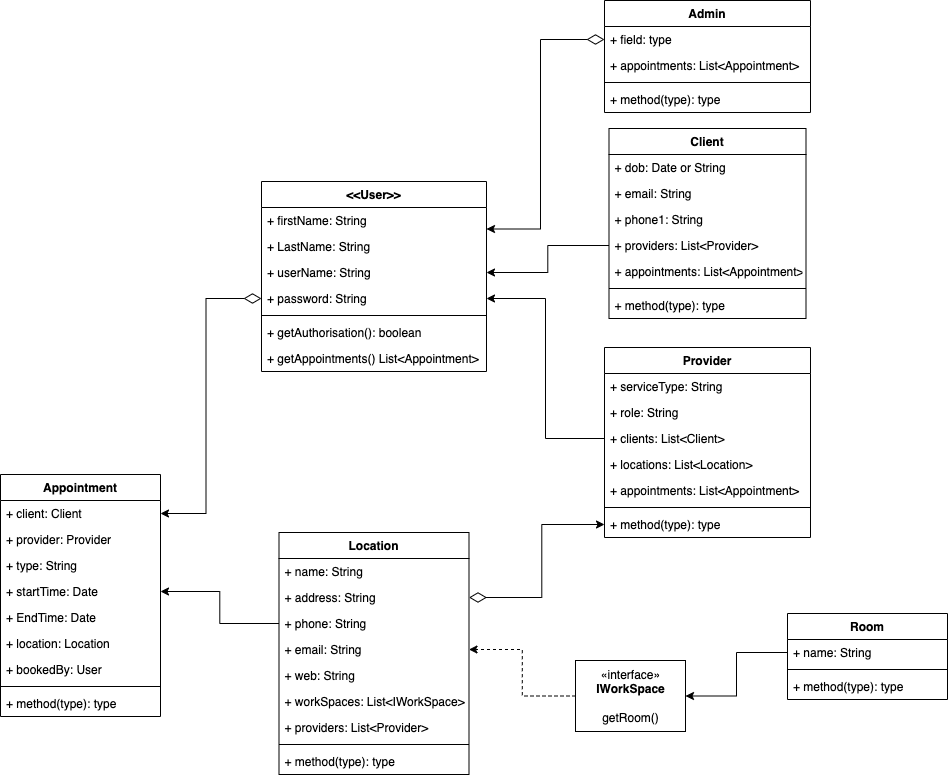
Earlier version of the draw.io export planning/2_diagrams/Appointment Management - Class Diagram.png (ccx1010sky/providers_clients). Source tidied: cells renumbered, new cells last; positions are measured from the earlier drawing's top-left corner, leaving out a move shared by most shapes.
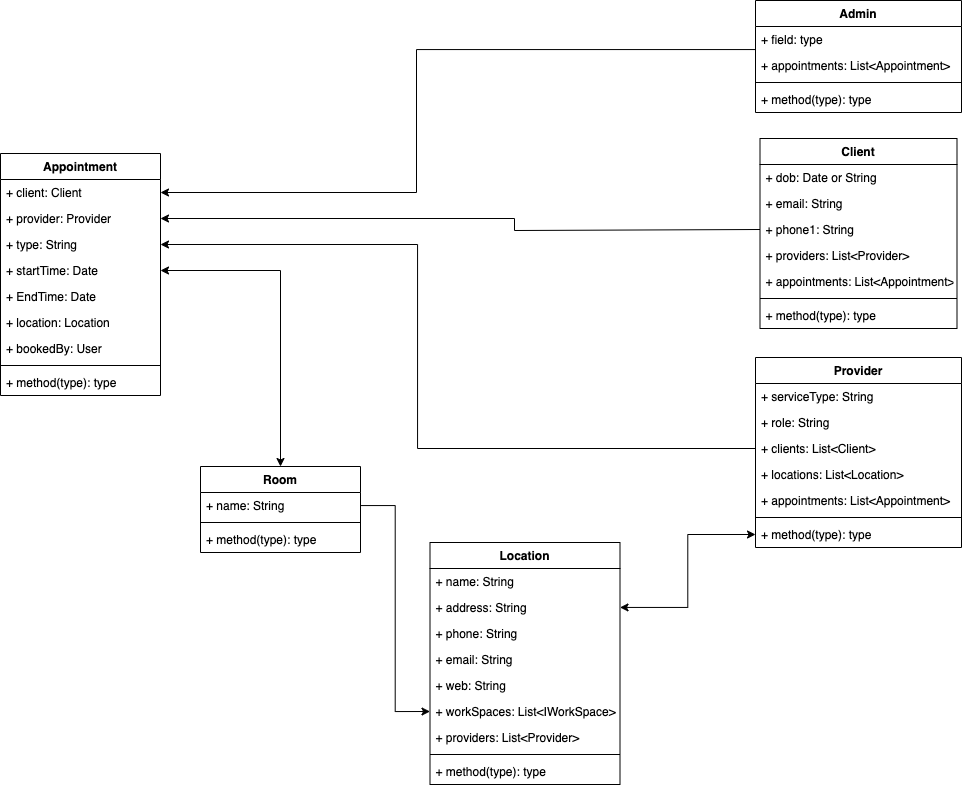
After the commit.

What changed in the source:
```diff
@@ -27,7 +27,7 @@
       <mxGeometry y="164" width="197" height="26" as="geometry" />
     </mxCell>
     <mxCell id="10" value="Appointment" style="swimlane;fontStyle=1;align=center;verticalAlign=top;horizontal=1;startSize=26;" parent="1" vertex="1">
-      <mxGeometry y="474" width="160" height="242" as="geometry" />
+      <mxGeometry x="-151" y="143" width="160" height="242" as="geometry" />
     </mxCell>
     <mxCell id="11" value="+ client: Client" style="text;strokeColor=none;fillColor=none;align=left;verticalAlign=top;spacingLeft=4;spacingRight=4;overflow=hidden;points=[[0,0.5],[1,0.5]];portConstraint=eastwest;" parent="10" vertex="1">
       <mxGeometry y="26" width="160" height="26" as="geometry" />
@@ -110,14 +110,11 @@
     <mxCell id="37" value="+ method(type): type" style="text;strokeColor=none;fillColor=none;align=left;verticalAlign=top;spacingLeft=4;spacingRight=4;overflow=hidden;" parent="28" vertex="1">
       <mxGeometry y="216" width="190" height="26" as="geometry" />
     </mxCell>
-    <mxCell id="38" style="edgeStyle=orthogonalEdgeStyle;rounded=0;jettySize=auto;html=1;entryX=1;entryY=0.5;entryDx=0;entryDy=0;dashed=1;" parent="1" edge="1" source="39" target="32">
-      <mxGeometry relative="1" as="geometry" />
-    </mxCell>
-    <mxCell id="39" value="«interface»&lt;br&gt;&lt;b&gt;IWorkSpace&lt;/b&gt;&lt;br&gt;&lt;br&gt;getRoom()" style="html=1;" parent="1" vertex="1">
-      <mxGeometry x="575" y="660" width="110" height="71" as="geometry" />
-    </mxCell>
+    <mxCell id="64" style="edgeStyle=orthogonalEdgeStyle;rounded=0;jettySize=auto;html=1;exitX=0.5;exitY=0;exitDx=0;exitDy=0;entryX=1;entryY=0.5;entryDx=0;entryDy=0;startArrow=classic;startFill=1;startSize=6;" parent="1" edge="1" source="40" target="14">
+      <mxGeometry relative="1" as="geometry" />
+    </mxCell>
     <mxCell id="40" value="Room" style="swimlane;fontStyle=1;align=center;verticalAlign=top;horizontal=1;startSize=26;" parent="1" vertex="1">
-      <mxGeometry x="787" y="613" width="160" height="86" as="geometry" />
+      <mxGeometry x="49" y="456" width="160" height="86" as="geometry" />
     </mxCell>
     <mxCell id="41" value="+ name: String" style="text;strokeColor=none;fillColor=none;align=left;verticalAlign=top;spacingLeft=4;spacingRight=4;overflow=hidden;points=[[0,0.5],[1,0.5]];portConstraint=eastwest;" parent="40" vertex="1">
       <mxGeometry y="26" width="160" height="26" as="geometry" />
@@ -128,35 +125,8 @@
     <mxCell id="43" value="+ method(type): type" style="text;strokeColor=none;fillColor=none;align=left;verticalAlign=top;spacingLeft=4;spacingRight=4;overflow=hidden;" parent="40" vertex="1">
       <mxGeometry y="60" width="160" height="26" as="geometry" />
     </mxCell>
-    <mxCell id="44" value="&lt;&lt;User&gt;&gt;" style="swimlane;fontStyle=1;align=center;verticalAlign=top;horizontal=1;startSize=26;" parent="1" vertex="1">
-      <mxGeometry x="261" y="181" width="225" height="190" as="geometry" />
-    </mxCell>
-    <mxCell id="45" value="+ firstName: String" style="text;strokeColor=none;fillColor=none;align=left;verticalAlign=top;spacingLeft=4;spacingRight=4;overflow=hidden;" parent="44" vertex="1">
-      <mxGeometry y="26" width="225" height="26" as="geometry" />
-    </mxCell>
-    <mxCell id="46" value="+ LastName: String" style="text;strokeColor=none;fillColor=none;align=left;verticalAlign=top;spacingLeft=4;spacingRight=4;overflow=hidden;" parent="44" vertex="1">
-      <mxGeometry y="52" width="225" height="26" as="geometry" />
-    </mxCell>
-    <mxCell id="47" value="+ userName: String" style="text;strokeColor=none;fillColor=none;align=left;verticalAlign=top;spacingLeft=4;spacingRight=4;overflow=hidden;points=[[0,0.5],[1,0.5]];portConstraint=eastwest;" parent="44" vertex="1">
-      <mxGeometry y="78" width="225" height="26" as="geometry" />
-    </mxCell>
-    <mxCell id="48" value="+ password: String" style="text;strokeColor=none;fillColor=none;align=left;verticalAlign=top;spacingLeft=4;spacingRight=4;overflow=hidden;points=[[0,0.5],[1,0.5]];portConstraint=eastwest;" parent="44" vertex="1">
-      <mxGeometry y="104" width="225" height="26" as="geometry" />
-    </mxCell>
-    <mxCell id="49" style="line;strokeWidth=1;fillColor=none;align=left;verticalAlign=middle;spacingTop=-1;spacingLeft=3;spacingRight=3;labelPosition=right;" parent="44" vertex="1">
-      <mxGeometry y="130" width="225" height="8" as="geometry" />
-    </mxCell>
-    <mxCell id="50" value="+ getAuthorisation(): boolean" style="text;strokeColor=none;fillColor=none;align=left;verticalAlign=top;spacingLeft=4;spacingRight=4;overflow=hidden;" parent="44" vertex="1">
-      <mxGeometry y="138" width="225" height="26" as="geometry" />
-    </mxCell>
-    <mxCell id="51" value="+ getAppointments() List&lt;Appointment&gt;" style="text;strokeColor=none;fillColor=none;align=left;verticalAlign=top;spacingLeft=4;spacingRight=4;overflow=hidden;" parent="44" vertex="1">
-      <mxGeometry y="164" width="225" height="26" as="geometry" />
-    </mxCell>
-    <mxCell id="52" style="edgeStyle=orthogonalEdgeStyle;rounded=0;jettySize=auto;html=1;entryX=1;entryY=0.5;entryDx=0;entryDy=0;startArrow=diamondThin;startFill=0;endSize=6;startSize=15;targetPerimeterSpacing=0;strokeWidth=1;" parent="1" edge="1" source="48" target="11">
-      <mxGeometry relative="1" as="geometry" />
-    </mxCell>
     <mxCell id="53" value="Admin" style="swimlane;fontStyle=1;align=center;verticalAlign=top;horizontal=1;startSize=26;" parent="1" vertex="1">
-      <mxGeometry x="604" width="206" height="112" as="geometry" />
+      <mxGeometry x="604" y="-10" width="206" height="112" as="geometry" />
     </mxCell>
     <mxCell id="54" value="+ field: type" style="text;strokeColor=none;fillColor=none;align=left;verticalAlign=top;spacingLeft=4;spacingRight=4;overflow=hidden;points=[[0,0.5],[1,0.5]];portConstraint=eastwest;" parent="53" vertex="1">
       <mxGeometry y="26" width="206" height="26" as="geometry" />
@@ -170,23 +140,35 @@
     <mxCell id="57" value="+ method(type): type" style="text;strokeColor=none;fillColor=none;align=left;verticalAlign=top;spacingLeft=4;spacingRight=4;overflow=hidden;" parent="53" vertex="1">
       <mxGeometry y="86" width="206" height="26" as="geometry" />
     </mxCell>
-    <mxCell id="58" style="edgeStyle=orthogonalEdgeStyle;rounded=0;jettySize=auto;html=1;entryX=1;entryY=0.25;entryDx=0;entryDy=0;startArrow=diamondThin;startFill=0;startSize=15;endSize=6;targetPerimeterSpacing=0;strokeWidth=1;" parent="1" edge="1" source="54" target="44">
-      <mxGeometry relative="1" as="geometry" />
+    <mxCell id="58" style="edgeStyle=orthogonalEdgeStyle;rounded=0;jettySize=auto;html=1;entryX=1;entryY=0.5;entryDx=0;entryDy=0;startArrow=none;startFill=0;startSize=15;endSize=6;targetPerimeterSpacing=0;strokeWidth=1;" parent="1" edge="1" source="54" target="11">
+      <mxGeometry relative="1" as="geometry">
+        <Array as="points">
+          <mxPoint x="265" y="39" />
+          <mxPoint x="265" y="182" />
+        </Array>
+      </mxGeometry>
     </mxCell>
-    <mxCell id="59" style="edgeStyle=orthogonalEdgeStyle;rounded=0;jettySize=auto;html=1;entryX=1;entryY=0.5;entryDx=0;entryDy=0;startArrow=none;startFill=0;startSize=15;endSize=6;targetPerimeterSpacing=0;strokeWidth=1;" parent="1" edge="1" source="6" target="47">
-      <mxGeometry relative="1" as="geometry" />
+    <mxCell id="59" style="edgeStyle=orthogonalEdgeStyle;rounded=0;jettySize=auto;html=1;startArrow=none;startFill=0;startSize=15;endSize=6;targetPerimeterSpacing=0;strokeWidth=1;entryX=1;entryY=0.5;entryDx=0;entryDy=0;exitX=0;exitY=0.5;exitDx=0;exitDy=0;" parent="1" edge="1" source="5" target="12">
+      <mxGeometry relative="1" as="geometry">
+        <Array as="points">
+          <mxPoint x="363" y="220" />
+          <mxPoint x="363" y="208" />
+        </Array>
+      </mxGeometry>
     </mxCell>
-    <mxCell id="60" style="edgeStyle=orthogonalEdgeStyle;rounded=0;jettySize=auto;html=1;entryX=0;entryY=0.5;entryDx=0;entryDy=0;startArrow=diamondThin;startFill=0;startSize=15;endSize=6;targetPerimeterSpacing=0;strokeWidth=1;" parent="1" edge="1" source="30" target="27">
+    <mxCell id="60" style="edgeStyle=orthogonalEdgeStyle;rounded=0;jettySize=auto;html=1;entryX=0;entryY=0.5;entryDx=0;entryDy=0;startArrow=classic;startFill=1;startSize=6;endSize=6;targetPerimeterSpacing=0;strokeWidth=1;" parent="1" edge="1" source="30" target="27">
       <mxGeometry relative="1" as="geometry" />
     </mxCell>
-    <mxCell id="61" style="edgeStyle=orthogonalEdgeStyle;rounded=0;jettySize=auto;html=1;entryX=1;entryY=0.5;entryDx=0;entryDy=0;startArrow=none;startFill=0;startSize=15;endSize=6;targetPerimeterSpacing=0;strokeWidth=1;" parent="1" edge="1" source="31" target="14">
-      <mxGeometry relative="1" as="geometry" />
-    </mxCell>
-    <mxCell id="62" style="edgeStyle=orthogonalEdgeStyle;rounded=0;jettySize=auto;html=1;entryX=1;entryY=0.5;entryDx=0;entryDy=0;startArrow=none;startFill=0;startSize=15;endSize=6;targetPerimeterSpacing=0;strokeWidth=1;" parent="1" edge="1" source="41" target="39">
+    <mxCell id="62" style="edgeStyle=orthogonalEdgeStyle;rounded=0;jettySize=auto;html=1;entryX=0;entryY=0.5;entryDx=0;entryDy=0;startArrow=none;startFill=0;startSize=15;endSize=6;targetPerimeterSpacing=0;strokeWidth=1;" parent="1" edge="1" source="41" target="34">
       <mxGeometry relative="1" as="geometry" />
     </mxCell>
-    <mxCell id="63" style="edgeStyle=orthogonalEdgeStyle;rounded=0;jettySize=auto;html=1;entryX=1;entryY=0.5;entryDx=0;entryDy=0;" parent="1" edge="1" source="23" target="48">
-      <mxGeometry relative="1" as="geometry" />
+    <mxCell id="63" style="edgeStyle=orthogonalEdgeStyle;rounded=0;jettySize=auto;html=1;entryX=1;entryY=0.5;entryDx=0;entryDy=0;" parent="1" edge="1" source="23" target="13">
+      <mxGeometry relative="1" as="geometry">
+        <Array as="points">
+          <mxPoint x="266" y="438" />
+          <mxPoint x="266" y="234" />
+        </Array>
+      </mxGeometry>
     </mxCell>
   </root>
 </mxGraphModel>
```
